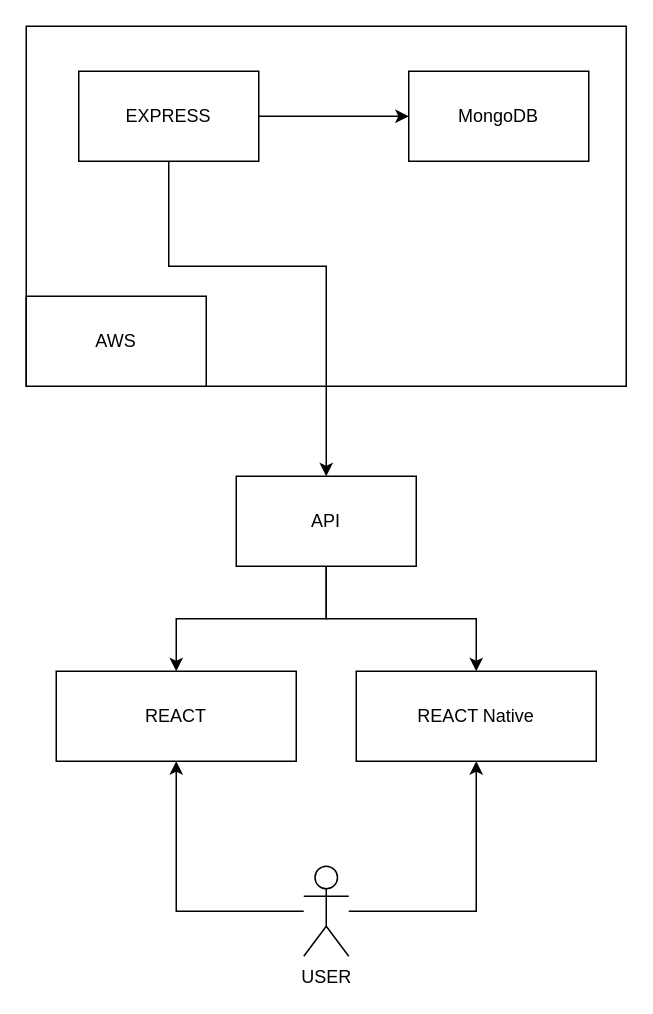
Before: draw.io/Untitled Diagram.drawio in onlymachiavelli/draw.io, a draw.io diagram. Source tidied: cells renumbered, new cells numbered last; positions are measured from the earlier drawing's top-left corner, leaving out a move shared by most shapes. Both pictures are drawn from the tidied source at 150%, with x=0, y=0 at pixel (26, 26).
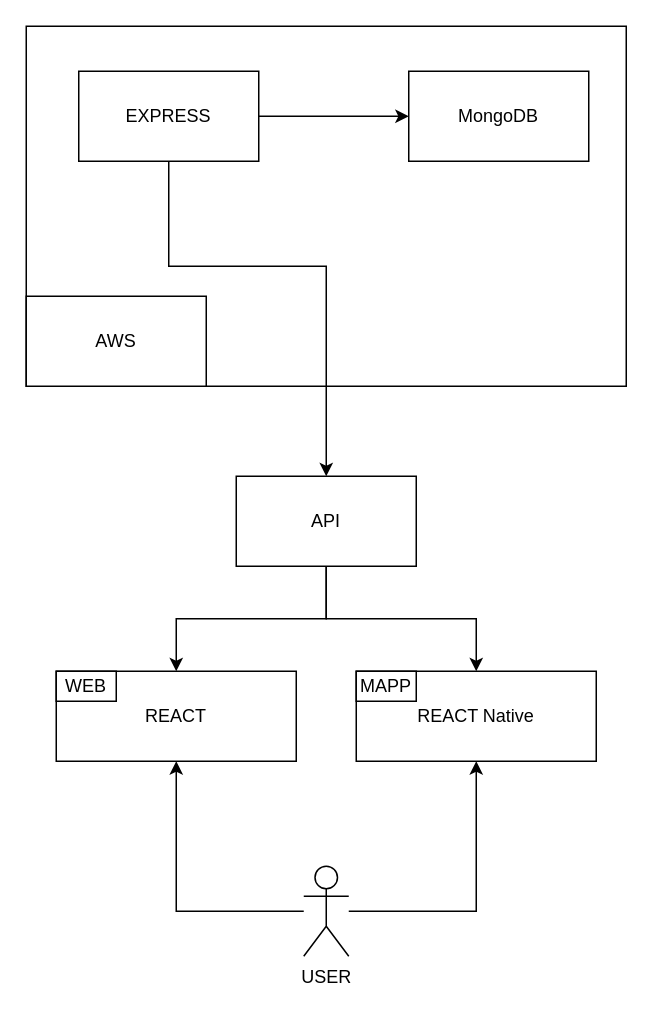
After the change.

The edit, as a diff of the source:
```diff
@@
 <mxGraphModel>
   <root>
     <mxCell id="0" />
     <mxCell id="1" parent="0" />
     <mxCell id="2" style="rounded=0;whiteSpace=wrap;html=1;" parent="1" vertex="1">
       <mxGeometry width="400" height="240" as="geometry" />
     </mxCell>
     <mxCell id="3" value="MongoDB" style="rounded=0;whiteSpace=wrap;html=1;" parent="1" vertex="1">
       <mxGeometry x="255" y="30" width="120" height="60" as="geometry" />
     </mxCell>
     <mxCell id="4" style="edgeStyle=orthogonalEdgeStyle;rounded=0;jettySize=auto;html=1;" parent="1" edge="1" source="6" target="3">
       <mxGeometry relative="1" as="geometry" />
     </mxCell>
     <mxCell id="5" style="edgeStyle=orthogonalEdgeStyle;rounded=0;jettySize=auto;html=1;" parent="1" edge="1" source="6" target="12">
       <mxGeometry relative="1" as="geometry">
         <Array as="points">
           <mxPoint x="95" y="160" />
           <mxPoint x="200" y="160" />
         </Array>
       </mxGeometry>
     </mxCell>
     <mxCell id="6" value="EXPRESS" style="rounded=0;whiteSpace=wrap;html=1;" parent="1" vertex="1">
       <mxGeometry x="35" y="30" width="120" height="60" as="geometry" />
     </mxCell>
     <mxCell id="7" value="AWS" style="rounded=0;whiteSpace=wrap;html=1;" parent="1" vertex="1">
       <mxGeometry y="180" width="120" height="60" as="geometry" />
     </mxCell>
     <mxCell id="8" value="REACT" style="rounded=0;whiteSpace=wrap;html=1;" parent="1" vertex="1">
       <mxGeometry x="20" y="430" width="160" height="60" as="geometry" />
     </mxCell>
     <mxCell id="9" value="REACT Native" style="rounded=0;whiteSpace=wrap;html=1;" parent="1" vertex="1">
       <mxGeometry x="220" y="430" width="160" height="60" as="geometry" />
     </mxCell>
     <mxCell id="10" style="edgeStyle=orthogonalEdgeStyle;rounded=0;jettySize=auto;html=1;entryX=0.5;entryY=0;entryDx=0;entryDy=0;" parent="1" edge="1" source="12" target="8">
       <mxGeometry relative="1" as="geometry" />
     </mxCell>
     <mxCell id="11" style="edgeStyle=orthogonalEdgeStyle;rounded=0;jettySize=auto;html=1;" parent="1" edge="1" source="12" target="9">
       <mxGeometry relative="1" as="geometry" />
     </mxCell>
     <mxCell id="12" value="API" style="rounded=0;whiteSpace=wrap;html=1;" parent="1" vertex="1">
       <mxGeometry x="140" y="300" width="120" height="60" as="geometry" />
     </mxCell>
     <mxCell id="13" style="edgeStyle=orthogonalEdgeStyle;rounded=0;jettySize=auto;html=1;entryX=0.5;entryY=1;entryDx=0;entryDy=0;" parent="1" edge="1" source="15" target="8">
       <mxGeometry relative="1" as="geometry" />
     </mxCell>
     <mxCell id="14" style="edgeStyle=orthogonalEdgeStyle;rounded=0;jettySize=auto;html=1;entryX=0.5;entryY=1;entryDx=0;entryDy=0;" parent="1" edge="1" source="15" target="9">
       <mxGeometry relative="1" as="geometry" />
     </mxCell>
     <mxCell id="15" value="USER" style="shape=umlActor;verticalLabelPosition=bottom;verticalAlign=top;html=1;outlineConnect=0;" parent="1" vertex="1">
       <mxGeometry x="185" y="560" width="30" height="60" as="geometry" />
     </mxCell>
+    <mxCell id="16" value="WEB" style="rounded=0;whiteSpace=wrap;html=1;" parent="1" vertex="1">
+      <mxGeometry x="20" y="430" width="40" height="20" as="geometry" />
+    </mxCell>
+    <mxCell id="17" value="MAPP" style="rounded=0;whiteSpace=wrap;html=1;" parent="1" vertex="1">
+      <mxGeometry x="220" y="430" width="40" height="20" as="geometry" />
+    </mxCell>
   </root>
 </mxGraphModel>
```
